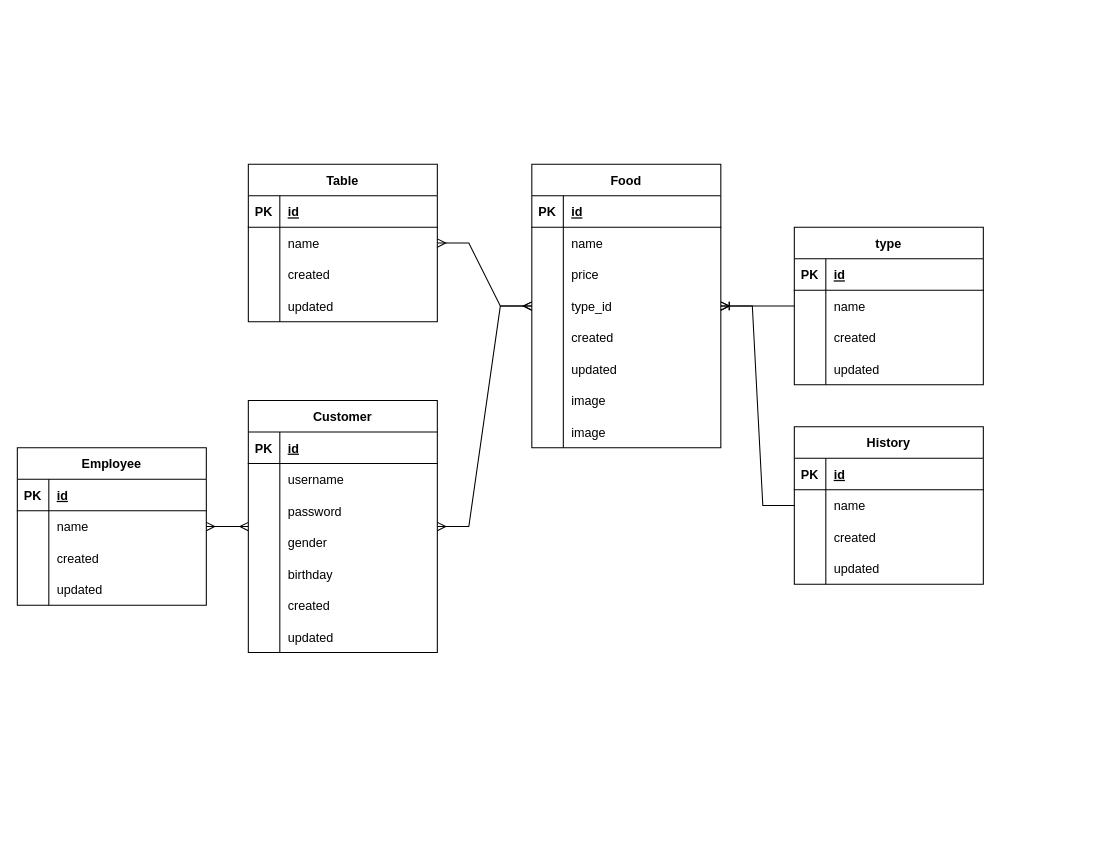
bomtawep/bom-order-nodejs keeps this draw.io diagram as src/Database-design.drawio. Above is the earlier version. Source tidied: cells renumbered, new cells numbered last; positions are measured from the earlier drawing's top-left corner, leaving out a move shared by most shapes. Both pictures are drawn from the tidied source at 105%, with x=0, y=0 at pixel (17, 164).
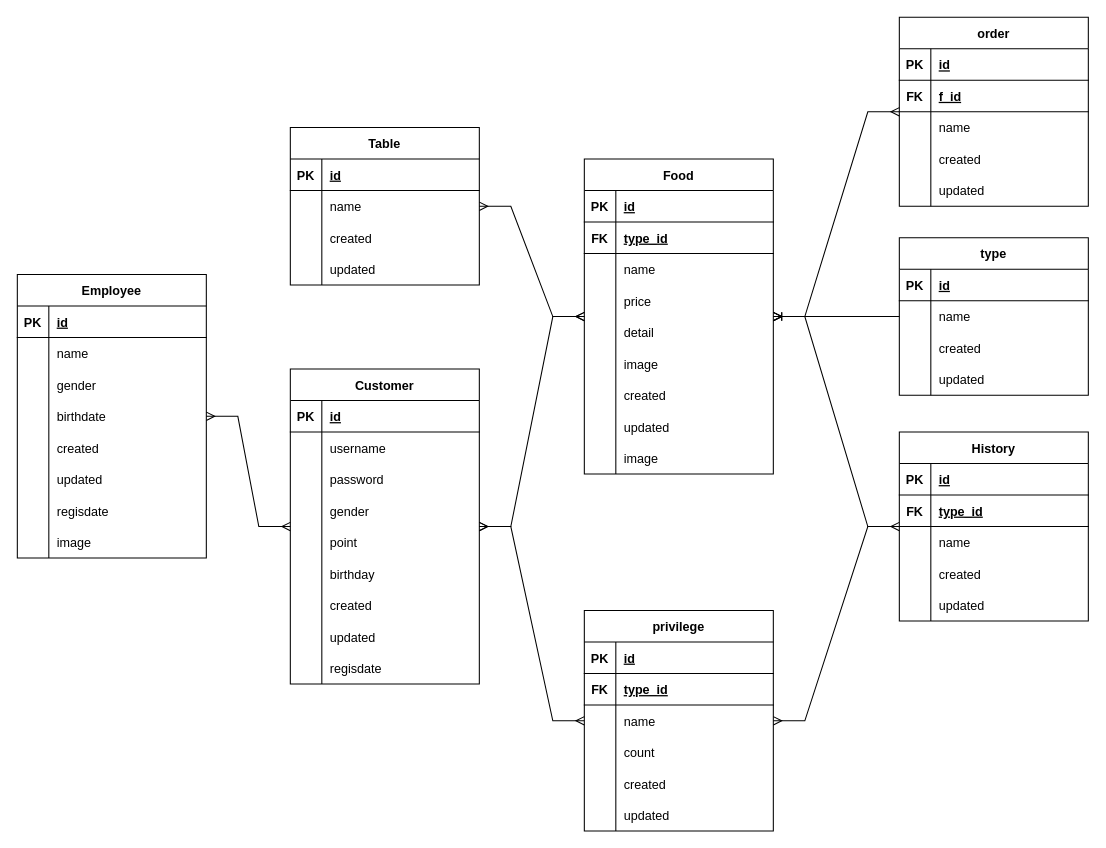
The same page after the edit.

Diff of the diagram source:
```diff
@@
     <mxCell id="2" value="Table" style="shape=table;startSize=30;childLayout=tableLayout;rowLines=0;fontStyle=1;align=center;" parent="1" vertex="1">
-      <mxGeometry x="220" width="180" height="150" as="geometry" />
+      <mxGeometry x="260" y="-35" width="180" height="150" as="geometry" />
     </mxCell>
@@
     <mxCell id="15" value="Customer" style="shape=table;startSize=30;childLayout=tableLayout;rowLines=0;fontStyle=1;align=center;" parent="1" vertex="1">
-      <mxGeometry x="220" y="225" width="180" height="240" as="geometry" />
+      <mxGeometry x="260" y="195" width="180" height="300" as="geometry" />
     </mxCell>
@@
+    <mxCell id="106" style="shape=tableRow;horizontal=0;startSize=0;swimlaneHead=0;swimlaneBody=0;fillColor=none;top=0;left=0;right=0;bottom=0;" parent="15" vertex="1">
+      <mxGeometry y="150" width="180" height="30" as="geometry" />
+    </mxCell>
+    <mxCell id="107" style="shape=partialRectangle;fillColor=none;top=0;left=0;bottom=0;right=0;overflow=hidden;" parent="106" vertex="1">
+      <mxGeometry width="30" height="30" as="geometry" />
+    </mxCell>
+    <mxCell id="108" value="point" style="shape=partialRectangle;fillColor=none;top=0;left=0;bottom=0;right=0;align=left;spacingLeft=6;overflow=hidden;" parent="106" vertex="1">
+      <mxGeometry x="30" width="150" height="30" as="geometry" />
+    </mxCell>
     <mxCell id="28" style="shape=tableRow;horizontal=0;startSize=0;swimlaneHead=0;swimlaneBody=0;fillColor=none;top=0;left=0;right=0;bottom=0;" parent="15" vertex="1">
-      <mxGeometry y="150" width="180" height="30" as="geometry" />
+      <mxGeometry y="180" width="180" height="30" as="geometry" />
     </mxCell>
@@
     <mxCell id="31" style="shape=tableRow;horizontal=0;startSize=0;swimlaneHead=0;swimlaneBody=0;fillColor=none;top=0;left=0;right=0;bottom=0;" parent="15" vertex="1">
-      <mxGeometry y="180" width="180" height="30" as="geometry" />
+      <mxGeometry y="210" width="180" height="30" as="geometry" />
     </mxCell>
@@
     <mxCell id="34" style="shape=tableRow;horizontal=0;startSize=0;swimlaneHead=0;swimlaneBody=0;fillColor=none;top=0;left=0;right=0;bottom=0;" parent="15" vertex="1">
-      <mxGeometry y="210" width="180" height="30" as="geometry" />
+      <mxGeometry y="240" width="180" height="30" as="geometry" />
     </mxCell>
@@
+    <mxCell id="109" style="shape=tableRow;horizontal=0;startSize=0;swimlaneHead=0;swimlaneBody=0;fillColor=none;top=0;left=0;right=0;bottom=0;" parent="15" vertex="1">
+      <mxGeometry y="270" width="180" height="30" as="geometry" />
+    </mxCell>
+    <mxCell id="110" style="shape=partialRectangle;fillColor=none;top=0;left=0;bottom=0;right=0;overflow=hidden;" parent="109" vertex="1">
+      <mxGeometry width="30" height="30" as="geometry" />
+    </mxCell>
+    <mxCell id="111" value="regisdate" style="shape=partialRectangle;fillColor=none;top=0;left=0;bottom=0;right=0;align=left;spacingLeft=6;overflow=hidden;" parent="109" vertex="1">
+      <mxGeometry x="30" width="150" height="30" as="geometry" />
+    </mxCell>
     <mxCell id="37" value="Employee" style="shape=table;startSize=30;childLayout=tableLayout;rowLines=0;fontStyle=1;align=center;" parent="1" vertex="1">
-      <mxGeometry y="270" width="180" height="150" as="geometry" />
+      <mxGeometry y="105" width="180" height="270" as="geometry" />
     </mxCell>
@@
+    <mxCell id="112" style="shape=tableRow;horizontal=0;startSize=0;swimlaneHead=0;swimlaneBody=0;fillColor=none;top=0;left=0;right=0;bottom=0;" parent="37" vertex="1">
+      <mxGeometry y="90" width="180" height="30" as="geometry" />
+    </mxCell>
+    <mxCell id="113" style="shape=partialRectangle;fillColor=none;top=0;left=0;bottom=0;right=0;overflow=hidden;" parent="112" vertex="1">
+      <mxGeometry width="30" height="30" as="geometry" />
+    </mxCell>
+    <mxCell id="114" value="gender" style="shape=partialRectangle;fillColor=none;top=0;left=0;bottom=0;right=0;align=left;spacingLeft=6;overflow=hidden;" parent="112" vertex="1">
+      <mxGeometry x="30" width="150" height="30" as="geometry" />
+    </mxCell>
+    <mxCell id="115" style="shape=tableRow;horizontal=0;startSize=0;swimlaneHead=0;swimlaneBody=0;fillColor=none;top=0;left=0;right=0;bottom=0;" parent="37" vertex="1">
+      <mxGeometry y="120" width="180" height="30" as="geometry" />
+    </mxCell>
+    <mxCell id="116" style="shape=partialRectangle;fillColor=none;top=0;left=0;bottom=0;right=0;overflow=hidden;" parent="115" vertex="1">
+      <mxGeometry width="30" height="30" as="geometry" />
+    </mxCell>
+    <mxCell id="117" value="birthdate" style="shape=partialRectangle;fillColor=none;top=0;left=0;bottom=0;right=0;align=left;spacingLeft=6;overflow=hidden;" parent="115" vertex="1">
+      <mxGeometry x="30" width="150" height="30" as="geometry" />
+    </mxCell>
     <mxCell id="44" style="shape=tableRow;horizontal=0;startSize=0;swimlaneHead=0;swimlaneBody=0;fillColor=none;top=0;left=0;right=0;bottom=0;" parent="37" vertex="1">
-      <mxGeometry y="90" width="180" height="30" as="geometry" />
+      <mxGeometry y="150" width="180" height="30" as="geometry" />
     </mxCell>
@@
     <mxCell id="47" style="shape=tableRow;horizontal=0;startSize=0;swimlaneHead=0;swimlaneBody=0;fillColor=none;top=0;left=0;right=0;bottom=0;" parent="37" vertex="1">
-      <mxGeometry y="120" width="180" height="30" as="geometry" />
+      <mxGeometry y="180" width="180" height="30" as="geometry" />
     </mxCell>
@@
+    <mxCell id="118" style="shape=tableRow;horizontal=0;startSize=0;swimlaneHead=0;swimlaneBody=0;fillColor=none;top=0;left=0;right=0;bottom=0;" parent="37" vertex="1">
+      <mxGeometry y="210" width="180" height="30" as="geometry" />
+    </mxCell>
+    <mxCell id="119" style="shape=partialRectangle;fillColor=none;top=0;left=0;bottom=0;right=0;overflow=hidden;" parent="118" vertex="1">
+      <mxGeometry width="30" height="30" as="geometry" />
+    </mxCell>
+    <mxCell id="120" value="regisdate" style="shape=partialRectangle;fillColor=none;top=0;left=0;bottom=0;right=0;align=left;spacingLeft=6;overflow=hidden;" parent="118" vertex="1">
+      <mxGeometry x="30" width="150" height="30" as="geometry" />
+    </mxCell>
+    <mxCell id="121" style="shape=tableRow;horizontal=0;startSize=0;swimlaneHead=0;swimlaneBody=0;fillColor=none;top=0;left=0;right=0;bottom=0;" parent="37" vertex="1">
+      <mxGeometry y="240" width="180" height="30" as="geometry" />
+    </mxCell>
+    <mxCell id="122" style="shape=partialRectangle;fillColor=none;top=0;left=0;bottom=0;right=0;overflow=hidden;" parent="121" vertex="1">
+      <mxGeometry width="30" height="30" as="geometry" />
+    </mxCell>
+    <mxCell id="123" value="image" style="shape=partialRectangle;fillColor=none;top=0;left=0;bottom=0;right=0;align=left;spacingLeft=6;overflow=hidden;" parent="121" vertex="1">
+      <mxGeometry x="30" width="150" height="30" as="geometry" />
+    </mxCell>
     <mxCell id="50" value="History" style="shape=table;startSize=30;childLayout=tableLayout;rowLines=0;fontStyle=1;align=center;" parent="1" vertex="1">
-      <mxGeometry x="740" y="250" width="180" height="150" as="geometry" />
+      <mxGeometry x="840" y="255" width="180" height="180" as="geometry" />
     </mxCell>
@@
+    <mxCell id="124" style="shape=tableRow;horizontal=0;startSize=0;swimlaneHead=0;swimlaneBody=0;fillColor=none;top=0;left=0;right=0;bottom=1;" parent="50" vertex="1">
+      <mxGeometry y="60" width="180" height="30" as="geometry" />
+    </mxCell>
+    <mxCell id="125" value="FK" style="shape=partialRectangle;fillColor=none;top=0;left=0;bottom=0;right=0;fontStyle=1;overflow=hidden;" parent="124" vertex="1">
+      <mxGeometry width="30" height="30" as="geometry" />
+    </mxCell>
+    <mxCell id="126" value="type_id" style="shape=partialRectangle;fillColor=none;top=0;left=0;bottom=0;right=0;align=left;spacingLeft=6;fontStyle=5;overflow=hidden;" parent="124" vertex="1">
+      <mxGeometry x="30" width="150" height="30" as="geometry" />
+    </mxCell>
     <mxCell id="54" style="shape=tableRow;horizontal=0;startSize=0;swimlaneHead=0;swimlaneBody=0;fillColor=none;top=0;left=0;right=0;bottom=0;" parent="50" vertex="1">
-      <mxGeometry y="60" width="180" height="30" as="geometry" />
+      <mxGeometry y="90" width="180" height="30" as="geometry" />
     </mxCell>
@@
     <mxCell id="57" style="shape=tableRow;horizontal=0;startSize=0;swimlaneHead=0;swimlaneBody=0;fillColor=none;top=0;left=0;right=0;bottom=0;" parent="50" vertex="1">
-      <mxGeometry y="90" width="180" height="30" as="geometry" />
+      <mxGeometry y="120" width="180" height="30" as="geometry" />
     </mxCell>
@@
     <mxCell id="60" style="shape=tableRow;horizontal=0;startSize=0;swimlaneHead=0;swimlaneBody=0;fillColor=none;top=0;left=0;right=0;bottom=0;" parent="50" vertex="1">
-      <mxGeometry y="120" width="180" height="30" as="geometry" />
+      <mxGeometry y="150" width="180" height="30" as="geometry" />
     </mxCell>
@@
     <mxCell id="63" value="type" style="shape=table;startSize=30;childLayout=tableLayout;rowLines=0;fontStyle=1;align=center;" parent="1" vertex="1">
-      <mxGeometry x="740" y="60" width="180" height="150" as="geometry" />
+      <mxGeometry x="840" y="70" width="180" height="150" as="geometry" />
     </mxCell>
@@
     <mxCell id="76" value="Food" style="shape=table;startSize=30;childLayout=tableLayout;rowLines=0;fontStyle=1;align=center;" parent="1" vertex="1">
-      <mxGeometry x="490" width="180" height="270" as="geometry" />
+      <mxGeometry x="540" y="-5" width="180" height="300" as="geometry" />
     </mxCell>
@@
+    <mxCell id="127" style="shape=tableRow;horizontal=0;startSize=0;swimlaneHead=0;swimlaneBody=0;fillColor=none;top=0;left=0;right=0;bottom=1;" parent="76" vertex="1">
+      <mxGeometry y="60" width="180" height="30" as="geometry" />
+    </mxCell>
+    <mxCell id="128" value="FK" style="shape=partialRectangle;fillColor=none;top=0;left=0;bottom=0;right=0;fontStyle=1;overflow=hidden;" parent="127" vertex="1">
+      <mxGeometry width="30" height="30" as="geometry" />
+    </mxCell>
+    <mxCell id="129" value="type_id" style="shape=partialRectangle;fillColor=none;top=0;left=0;bottom=0;right=0;align=left;spacingLeft=6;fontStyle=5;overflow=hidden;" parent="127" vertex="1">
+      <mxGeometry x="30" width="150" height="30" as="geometry" />
+    </mxCell>
     <mxCell id="80" style="shape=tableRow;horizontal=0;startSize=0;swimlaneHead=0;swimlaneBody=0;fillColor=none;top=0;left=0;right=0;bottom=0;" parent="76" vertex="1">
-      <mxGeometry y="60" width="180" height="30" as="geometry" />
+      <mxGeometry y="90" width="180" height="30" as="geometry" />
     </mxCell>
@@
     <mxCell id="83" style="shape=tableRow;horizontal=0;startSize=0;swimlaneHead=0;swimlaneBody=0;fillColor=none;top=0;left=0;right=0;bottom=0;" parent="76" vertex="1">
-      <mxGeometry y="90" width="180" height="30" as="geometry" />
+      <mxGeometry y="120" width="180" height="30" as="geometry" />
     </mxCell>
@@
     <mxCell id="86" style="shape=tableRow;horizontal=0;startSize=0;swimlaneHead=0;swimlaneBody=0;fillColor=none;top=0;left=0;right=0;bottom=0;" parent="76" vertex="1">
-      <mxGeometry y="120" width="180" height="30" as="geometry" />
+      <mxGeometry y="150" width="180" height="30" as="geometry" />
     </mxCell>
@@
-    <mxCell id="88" value="type_id" style="shape=partialRectangle;fillColor=none;top=0;left=0;bottom=0;right=0;align=left;spacingLeft=6;overflow=hidden;" parent="86" vertex="1">
+    <mxCell id="88" value="detail" style="shape=partialRectangle;fillColor=none;top=0;left=0;bottom=0;right=0;align=left;spacingLeft=6;overflow=hidden;" parent="86" vertex="1">
       <mxGeometry x="30" width="150" height="30" as="geometry" />
     </mxCell>
+    <mxCell id="95" style="shape=tableRow;horizontal=0;startSize=0;swimlaneHead=0;swimlaneBody=0;fillColor=none;top=0;left=0;right=0;bottom=0;" parent="76" vertex="1">
+      <mxGeometry y="180" width="180" height="30" as="geometry" />
+    </mxCell>
+    <mxCell id="96" style="shape=partialRectangle;fillColor=none;top=0;left=0;bottom=0;right=0;overflow=hidden;" parent="95" vertex="1">
+      <mxGeometry width="30" height="30" as="geometry" />
+    </mxCell>
+    <mxCell id="97" value="image" style="shape=partialRectangle;fillColor=none;top=0;left=0;bottom=0;right=0;align=left;spacingLeft=6;overflow=hidden;" parent="95" vertex="1">
+      <mxGeometry x="30" width="150" height="30" as="geometry" />
+    </mxCell>
     <mxCell id="89" style="shape=tableRow;horizontal=0;startSize=0;swimlaneHead=0;swimlaneBody=0;fillColor=none;top=0;left=0;right=0;bottom=0;" parent="76" vertex="1">
-      <mxGeometry y="150" width="180" height="30" as="geometry" />
+      <mxGeometry y="210" width="180" height="30" as="geometry" />
     </mxCell>
@@
     <mxCell id="92" style="shape=tableRow;horizontal=0;startSize=0;swimlaneHead=0;swimlaneBody=0;fillColor=none;top=0;left=0;right=0;bottom=0;" parent="76" vertex="1">
-      <mxGeometry y="180" width="180" height="30" as="geometry" />
+      <mxGeometry y="240" width="180" height="30" as="geometry" />
     </mxCell>
@@
-    <mxCell id="95" style="shape=tableRow;horizontal=0;startSize=0;swimlaneHead=0;swimlaneBody=0;fillColor=none;top=0;left=0;right=0;bottom=0;" parent="76" vertex="1">
-      <mxGeometry y="210" width="180" height="30" as="geometry" />
-    </mxCell>
-    <mxCell id="96" style="shape=partialRectangle;fillColor=none;top=0;left=0;bottom=0;right=0;overflow=hidden;" parent="95" vertex="1">
-      <mxGeometry width="30" height="30" as="geometry" />
-    </mxCell>
-    <mxCell id="97" value="image" style="shape=partialRectangle;fillColor=none;top=0;left=0;bottom=0;right=0;align=left;spacingLeft=6;overflow=hidden;" parent="95" vertex="1">
-      <mxGeometry x="30" width="150" height="30" as="geometry" />
-    </mxCell>
     <mxCell id="98" style="shape=tableRow;horizontal=0;startSize=0;swimlaneHead=0;swimlaneBody=0;fillColor=none;top=0;left=0;right=0;bottom=0;" parent="76" vertex="1">
-      <mxGeometry y="240" width="180" height="30" as="geometry" />
+      <mxGeometry y="270" width="180" height="30" as="geometry" />
     </mxCell>
@@
+    <mxCell id="130" value="privilege" style="shape=table;startSize=30;childLayout=tableLayout;rowLines=0;fontStyle=1;align=center;" parent="1" vertex="1">
+      <mxGeometry x="540" y="425" width="180" height="210" as="geometry" />
+    </mxCell>
+    <mxCell id="131" style="shape=tableRow;horizontal=0;startSize=0;swimlaneHead=0;swimlaneBody=0;fillColor=none;top=0;left=0;right=0;bottom=1;" parent="130" vertex="1">
+      <mxGeometry y="30" width="180" height="30" as="geometry" />
+    </mxCell>
+    <mxCell id="132" value="PK" style="shape=partialRectangle;fillColor=none;top=0;left=0;bottom=0;right=0;fontStyle=1;overflow=hidden;" parent="131" vertex="1">
+      <mxGeometry width="30" height="30" as="geometry" />
+    </mxCell>
+    <mxCell id="133" value="id" style="shape=partialRectangle;fillColor=none;top=0;left=0;bottom=0;right=0;align=left;spacingLeft=6;fontStyle=5;overflow=hidden;" parent="131" vertex="1">
+      <mxGeometry x="30" width="150" height="30" as="geometry" />
+    </mxCell>
+    <mxCell id="134" style="shape=tableRow;horizontal=0;startSize=0;swimlaneHead=0;swimlaneBody=0;fillColor=none;top=0;left=0;right=0;bottom=1;" parent="130" vertex="1">
+      <mxGeometry y="60" width="180" height="30" as="geometry" />
+    </mxCell>
+    <mxCell id="135" value="FK" style="shape=partialRectangle;fillColor=none;top=0;left=0;bottom=0;right=0;fontStyle=1;overflow=hidden;" parent="134" vertex="1">
+      <mxGeometry width="30" height="30" as="geometry" />
+    </mxCell>
+    <mxCell id="136" value="type_id" style="shape=partialRectangle;fillColor=none;top=0;left=0;bottom=0;right=0;align=left;spacingLeft=6;fontStyle=5;overflow=hidden;" parent="134" vertex="1">
+      <mxGeometry x="30" width="150" height="30" as="geometry" />
+    </mxCell>
+    <mxCell id="137" style="shape=tableRow;horizontal=0;startSize=0;swimlaneHead=0;swimlaneBody=0;fillColor=none;top=0;left=0;right=0;bottom=0;" parent="130" vertex="1">
+      <mxGeometry y="90" width="180" height="30" as="geometry" />
+    </mxCell>
+    <mxCell id="138" style="shape=partialRectangle;fillColor=none;top=0;left=0;bottom=0;right=0;overflow=hidden;" parent="137" vertex="1">
+      <mxGeometry width="30" height="30" as="geometry" />
+    </mxCell>
+    <mxCell id="139" value="name" style="shape=partialRectangle;fillColor=none;top=0;left=0;bottom=0;right=0;align=left;spacingLeft=6;overflow=hidden;" parent="137" vertex="1">
+      <mxGeometry x="30" width="150" height="30" as="geometry" />
+    </mxCell>
+    <mxCell id="140" style="shape=tableRow;horizontal=0;startSize=0;swimlaneHead=0;swimlaneBody=0;fillColor=none;top=0;left=0;right=0;bottom=0;" parent="130" vertex="1">
+      <mxGeometry y="120" width="180" height="30" as="geometry" />
+    </mxCell>
+    <mxCell id="141" style="shape=partialRectangle;fillColor=none;top=0;left=0;bottom=0;right=0;overflow=hidden;" parent="140" vertex="1">
+      <mxGeometry width="30" height="30" as="geometry" />
+    </mxCell>
+    <mxCell id="142" value="count" style="shape=partialRectangle;fillColor=none;top=0;left=0;bottom=0;right=0;align=left;spacingLeft=6;overflow=hidden;" parent="140" vertex="1">
+      <mxGeometry x="30" width="150" height="30" as="geometry" />
+    </mxCell>
+    <mxCell id="143" style="shape=tableRow;horizontal=0;startSize=0;swimlaneHead=0;swimlaneBody=0;fillColor=none;top=0;left=0;right=0;bottom=0;" parent="130" vertex="1">
+      <mxGeometry y="150" width="180" height="30" as="geometry" />
+    </mxCell>
+    <mxCell id="144" style="shape=partialRectangle;fillColor=none;top=0;left=0;bottom=0;right=0;overflow=hidden;" parent="143" vertex="1">
+      <mxGeometry width="30" height="30" as="geometry" />
+    </mxCell>
+    <mxCell id="145" value="created" style="shape=partialRectangle;fillColor=none;top=0;left=0;bottom=0;right=0;align=left;spacingLeft=6;overflow=hidden;" parent="143" vertex="1">
+      <mxGeometry x="30" width="150" height="30" as="geometry" />
+    </mxCell>
+    <mxCell id="146" style="shape=tableRow;horizontal=0;startSize=0;swimlaneHead=0;swimlaneBody=0;fillColor=none;top=0;left=0;right=0;bottom=0;" parent="130" vertex="1">
+      <mxGeometry y="180" width="180" height="30" as="geometry" />
+    </mxCell>
+    <mxCell id="147" style="shape=partialRectangle;fillColor=none;top=0;left=0;bottom=0;right=0;overflow=hidden;" parent="146" vertex="1">
+      <mxGeometry width="30" height="30" as="geometry" />
+    </mxCell>
+    <mxCell id="148" value="updated" style="shape=partialRectangle;fillColor=none;top=0;left=0;bottom=0;right=0;align=left;spacingLeft=6;overflow=hidden;" parent="146" vertex="1">
+      <mxGeometry x="30" width="150" height="30" as="geometry" />
+    </mxCell>
+    <mxCell id="149" value="order" style="shape=table;startSize=30;childLayout=tableLayout;rowLines=0;fontStyle=1;align=center;" parent="1" vertex="1">
+      <mxGeometry x="840" y="-140" width="180" height="180" as="geometry" />
+    </mxCell>
+    <mxCell id="150" style="shape=tableRow;horizontal=0;startSize=0;swimlaneHead=0;swimlaneBody=0;fillColor=none;top=0;left=0;right=0;bottom=1;" parent="149" vertex="1">
+      <mxGeometry y="30" width="180" height="30" as="geometry" />
+    </mxCell>
+    <mxCell id="151" value="PK" style="shape=partialRectangle;fillColor=none;top=0;left=0;bottom=0;right=0;fontStyle=1;overflow=hidden;" parent="150" vertex="1">
+      <mxGeometry width="30" height="30" as="geometry" />
+    </mxCell>
+    <mxCell id="152" value="id" style="shape=partialRectangle;fillColor=none;top=0;left=0;bottom=0;right=0;align=left;spacingLeft=6;fontStyle=5;overflow=hidden;" parent="150" vertex="1">
+      <mxGeometry x="30" width="150" height="30" as="geometry" />
+    </mxCell>
+    <mxCell id="153" style="shape=tableRow;horizontal=0;startSize=0;swimlaneHead=0;swimlaneBody=0;fillColor=none;top=0;left=0;right=0;bottom=1;" parent="149" vertex="1">
+      <mxGeometry y="60" width="180" height="30" as="geometry" />
+    </mxCell>
+    <mxCell id="154" value="FK" style="shape=partialRectangle;fillColor=none;top=0;left=0;bottom=0;right=0;fontStyle=1;overflow=hidden;" parent="153" vertex="1">
+      <mxGeometry width="30" height="30" as="geometry" />
+    </mxCell>
+    <mxCell id="155" value="f_id" style="shape=partialRectangle;fillColor=none;top=0;left=0;bottom=0;right=0;align=left;spacingLeft=6;fontStyle=5;overflow=hidden;" parent="153" vertex="1">
+      <mxGeometry x="30" width="150" height="30" as="geometry" />
+    </mxCell>
+    <mxCell id="156" style="shape=tableRow;horizontal=0;startSize=0;swimlaneHead=0;swimlaneBody=0;fillColor=none;top=0;left=0;right=0;bottom=0;" parent="149" vertex="1">
+      <mxGeometry y="90" width="180" height="30" as="geometry" />
+    </mxCell>
+    <mxCell id="157" style="shape=partialRectangle;fillColor=none;top=0;left=0;bottom=0;right=0;overflow=hidden;" parent="156" vertex="1">
+      <mxGeometry width="30" height="30" as="geometry" />
+    </mxCell>
+    <mxCell id="158" value="name" style="shape=partialRectangle;fillColor=none;top=0;left=0;bottom=0;right=0;align=left;spacingLeft=6;overflow=hidden;" parent="156" vertex="1">
+      <mxGeometry x="30" width="150" height="30" as="geometry" />
+    </mxCell>
+    <mxCell id="159" style="shape=tableRow;horizontal=0;startSize=0;swimlaneHead=0;swimlaneBody=0;fillColor=none;top=0;left=0;right=0;bottom=0;" parent="149" vertex="1">
+      <mxGeometry y="120" width="180" height="30" as="geometry" />
+    </mxCell>
+    <mxCell id="160" style="shape=partialRectangle;fillColor=none;top=0;left=0;bottom=0;right=0;overflow=hidden;" parent="159" vertex="1">
+      <mxGeometry width="30" height="30" as="geometry" />
+    </mxCell>
+    <mxCell id="161" value="created" style="shape=partialRectangle;fillColor=none;top=0;left=0;bottom=0;right=0;align=left;spacingLeft=6;overflow=hidden;" parent="159" vertex="1">
+      <mxGeometry x="30" width="150" height="30" as="geometry" />
+    </mxCell>
+    <mxCell id="162" style="shape=tableRow;horizontal=0;startSize=0;swimlaneHead=0;swimlaneBody=0;fillColor=none;top=0;left=0;right=0;bottom=0;" parent="149" vertex="1">
+      <mxGeometry y="150" width="180" height="30" as="geometry" />
+    </mxCell>
+    <mxCell id="163" style="shape=partialRectangle;fillColor=none;top=0;left=0;bottom=0;right=0;overflow=hidden;" parent="162" vertex="1">
+      <mxGeometry width="30" height="30" as="geometry" />
+    </mxCell>
+    <mxCell id="164" value="updated" style="shape=partialRectangle;fillColor=none;top=0;left=0;bottom=0;right=0;align=left;spacingLeft=6;overflow=hidden;" parent="162" vertex="1">
+      <mxGeometry x="30" width="150" height="30" as="geometry" />
+    </mxCell>
+    <mxCell id="165" style="edgeStyle=entityRelationEdgeStyle;fontSize=12;html=1;endArrow=ERmany;startArrow=ERmany;rounded=0;" parent="1" edge="1" source="130" target="50">
+      <mxGeometry relative="1" as="geometry" />
+    </mxCell>
+    <mxCell id="166" style="edgeStyle=entityRelationEdgeStyle;fontSize=12;html=1;endArrow=ERmany;startArrow=ERmany;rounded=0;" parent="1" edge="1" source="149" target="76">
+      <mxGeometry relative="1" as="geometry" />
+    </mxCell>
+    <mxCell id="167" style="edgeStyle=entityRelationEdgeStyle;fontSize=12;html=1;endArrow=ERmany;startArrow=ERmany;rounded=0;" parent="1" edge="1" source="15" target="130">
+      <mxGeometry relative="1" as="geometry" />
+    </mxCell>
```
